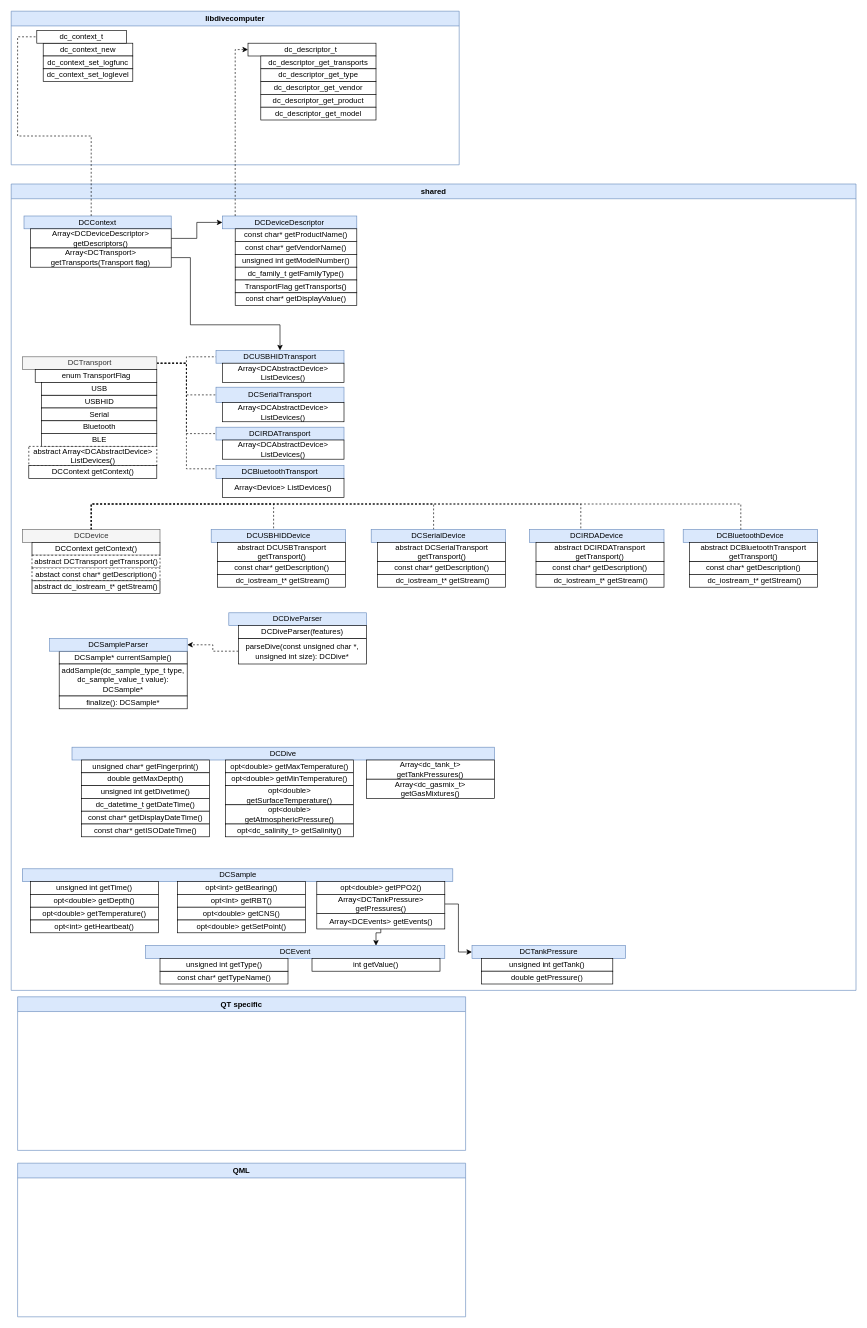
This is qt-libdivecomputer.drawio from blackshadev/qt-dive-uploader, a draw.io file, before an edit. Source tidied: cells renumbered, new cells numbered last; positions are measured from the earlier drawing's top-left corner, leaving out a move shared by most shapes. Both pictures are drawn from the tidied source at 64%, with x=0, y=0 at pixel (11, 11).
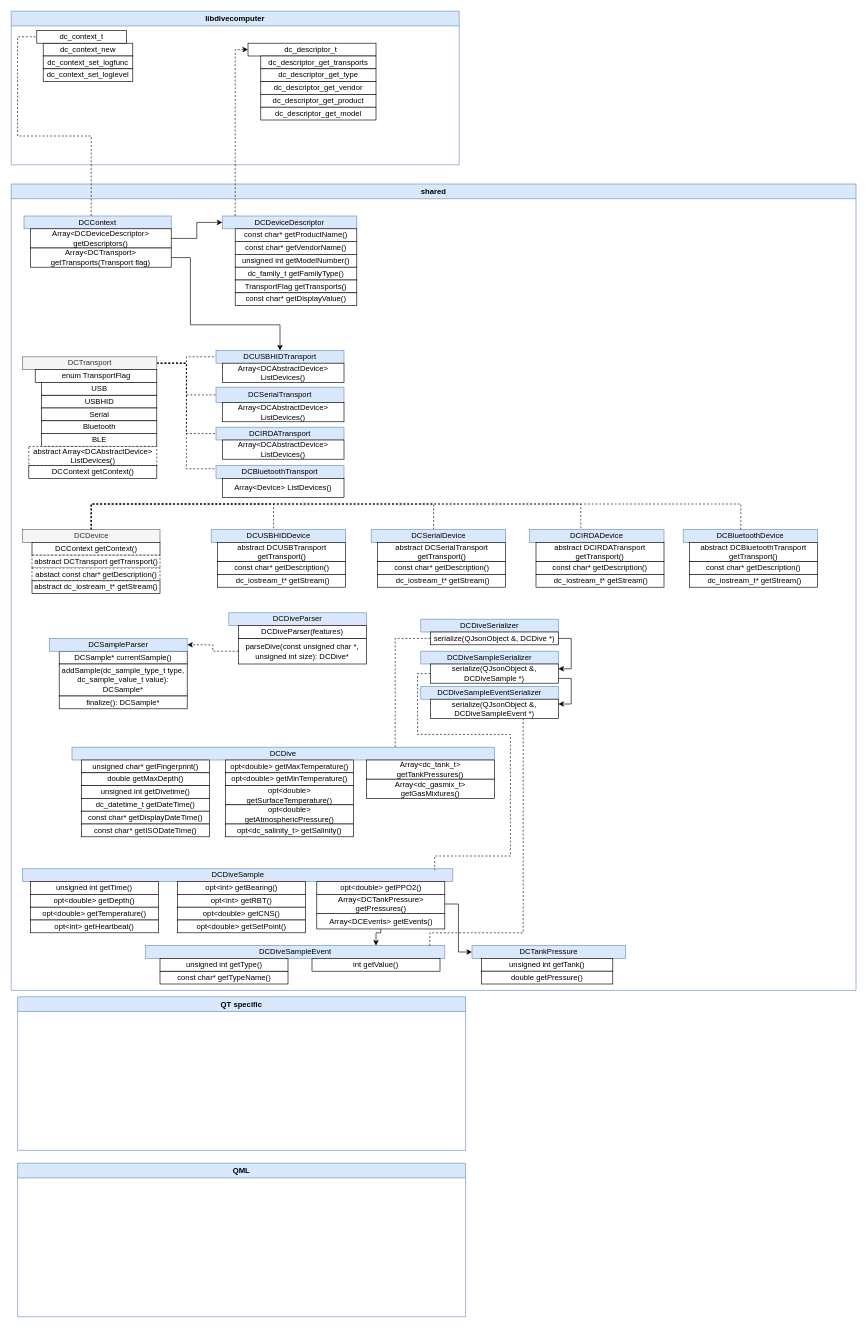
The same diagram, later.

The change refers to these unchanged cells:
```xml
<mxCell id="13" value="shared" style="swimlane;fillColor=#dae8fc;strokeColor=#6c8ebf;" parent="1" vertex="1">
  <mxGeometry y="270" width="1320" height="1260" as="geometry" />
</mxCell>
<mxCell id="72" value="DCDive" style="rounded=0;whiteSpace=wrap;html=1;fillColor=#dae8fc;strokeColor=#6c8ebf;" parent="13" vertex="1">
  <mxGeometry x="95" y="880" width="660" height="20" as="geometry" />
</mxCell>
```

What changed in the source:
```diff
@@
-    <mxCell id="86" value="DCSample" style="rounded=0;whiteSpace=wrap;html=1;fillColor=#dae8fc;strokeColor=#6c8ebf;" parent="13" vertex="1">
+    <mxCell id="86" value="DCDiveSample" style="rounded=0;whiteSpace=wrap;html=1;fillColor=#dae8fc;strokeColor=#6c8ebf;" parent="13" vertex="1">
       <mxGeometry x="17.5" y="1070" width="672.5" height="20" as="geometry" />
     </mxCell>
-    <mxCell id="87" value="DCEvent" style="rounded=0;whiteSpace=wrap;html=1;fillColor=#dae8fc;strokeColor=#6c8ebf;" parent="13" vertex="1">
+    <mxCell id="87" value="DCDiveSampleEvent" style="rounded=0;whiteSpace=wrap;html=1;fillColor=#dae8fc;strokeColor=#6c8ebf;" parent="13" vertex="1">
       <mxGeometry x="210" y="1190" width="467.5" height="20" as="geometry" />
     </mxCell>
@@
+    <mxCell id="119" value="DCDiveSerializer" style="rounded=0;whiteSpace=wrap;html=1;fillColor=#dae8fc;strokeColor=#6c8ebf;" parent="13" vertex="1">
+      <mxGeometry x="640" y="680" width="215" height="20" as="geometry" />
+    </mxCell>
+    <mxCell id="120" style="edgeStyle=orthogonalEdgeStyle;rounded=0;jettySize=auto;html=1;entryX=1;entryY=0.25;entryDx=0;entryDy=0;" parent="13" edge="1" source="122" target="126">
+      <mxGeometry relative="1" as="geometry">
+        <Array as="points">
+          <mxPoint x="875" y="710" />
+          <mxPoint x="875" y="758" />
+        </Array>
+      </mxGeometry>
+    </mxCell>
+    <mxCell id="121" style="edgeStyle=orthogonalEdgeStyle;rounded=0;jettySize=auto;html=1;exitX=0;exitY=0.5;exitDx=0;exitDy=0;dashed=1;endArrow=none;endFill=0;" parent="13" edge="1" source="122" target="72">
+      <mxGeometry relative="1" as="geometry">
+        <Array as="points">
+          <mxPoint x="600" y="710" />
+        </Array>
+      </mxGeometry>
+    </mxCell>
+    <mxCell id="122" value="serialize(QJsonObject &amp;amp;, DCDive *)" style="rounded=0;whiteSpace=wrap;html=1;" parent="13" vertex="1">
+      <mxGeometry x="655" y="700" width="200" height="20" as="geometry" />
+    </mxCell>
+    <mxCell id="123" value="DCDiveSampleSerializer" style="rounded=0;whiteSpace=wrap;html=1;fillColor=#dae8fc;strokeColor=#6c8ebf;" parent="13" vertex="1">
+      <mxGeometry x="640" y="730" width="215" height="20" as="geometry" />
+    </mxCell>
+    <mxCell id="124" style="edgeStyle=orthogonalEdgeStyle;rounded=0;jettySize=auto;html=1;exitX=1;exitY=0.75;exitDx=0;exitDy=0;entryX=1;entryY=0.25;entryDx=0;entryDy=0;" parent="13" edge="1" source="126" target="129">
+      <mxGeometry relative="1" as="geometry" />
+    </mxCell>
+    <mxCell id="125" style="edgeStyle=orthogonalEdgeStyle;rounded=0;jettySize=auto;html=1;exitX=0;exitY=0.5;exitDx=0;exitDy=0;entryX=0.958;entryY=0.1;entryDx=0;entryDy=0;entryPerimeter=0;dashed=1;endArrow=none;endFill=0;" parent="13" edge="1" source="126" target="86">
+      <mxGeometry relative="1" as="geometry">
+        <Array as="points">
+          <mxPoint x="635" y="765" />
+          <mxPoint x="635" y="860" />
+          <mxPoint x="780" y="860" />
+          <mxPoint x="780" y="1050" />
+          <mxPoint x="662" y="1050" />
+        </Array>
+      </mxGeometry>
+    </mxCell>
+    <mxCell id="126" value="serialize(QJsonObject &amp;amp;, DCDiveSample *)" style="rounded=0;whiteSpace=wrap;html=1;" parent="13" vertex="1">
+      <mxGeometry x="655" y="750" width="200" height="30" as="geometry" />
+    </mxCell>
+    <mxCell id="127" value="DCDiveSampleEventSerializer" style="rounded=0;whiteSpace=wrap;html=1;fillColor=#dae8fc;strokeColor=#6c8ebf;" parent="13" vertex="1">
+      <mxGeometry x="640" y="785" width="215" height="20" as="geometry" />
+    </mxCell>
+    <mxCell id="128" style="edgeStyle=orthogonalEdgeStyle;rounded=0;jettySize=auto;html=1;dashed=1;endArrow=none;endFill=0;entryX=0.95;entryY=0.05;entryDx=0;entryDy=0;entryPerimeter=0;" parent="13" edge="1" source="129" target="87">
+      <mxGeometry relative="1" as="geometry">
+        <Array as="points">
+          <mxPoint x="800" y="1170" />
+          <mxPoint x="654" y="1170" />
+        </Array>
+      </mxGeometry>
+    </mxCell>
+    <mxCell id="129" value="serialize(QJsonObject &amp;amp;, DCDiveSampleEvent *)" style="rounded=0;whiteSpace=wrap;html=1;" parent="13" vertex="1">
+      <mxGeometry x="655" y="805" width="200" height="30" as="geometry" />
+    </mxCell>
```
